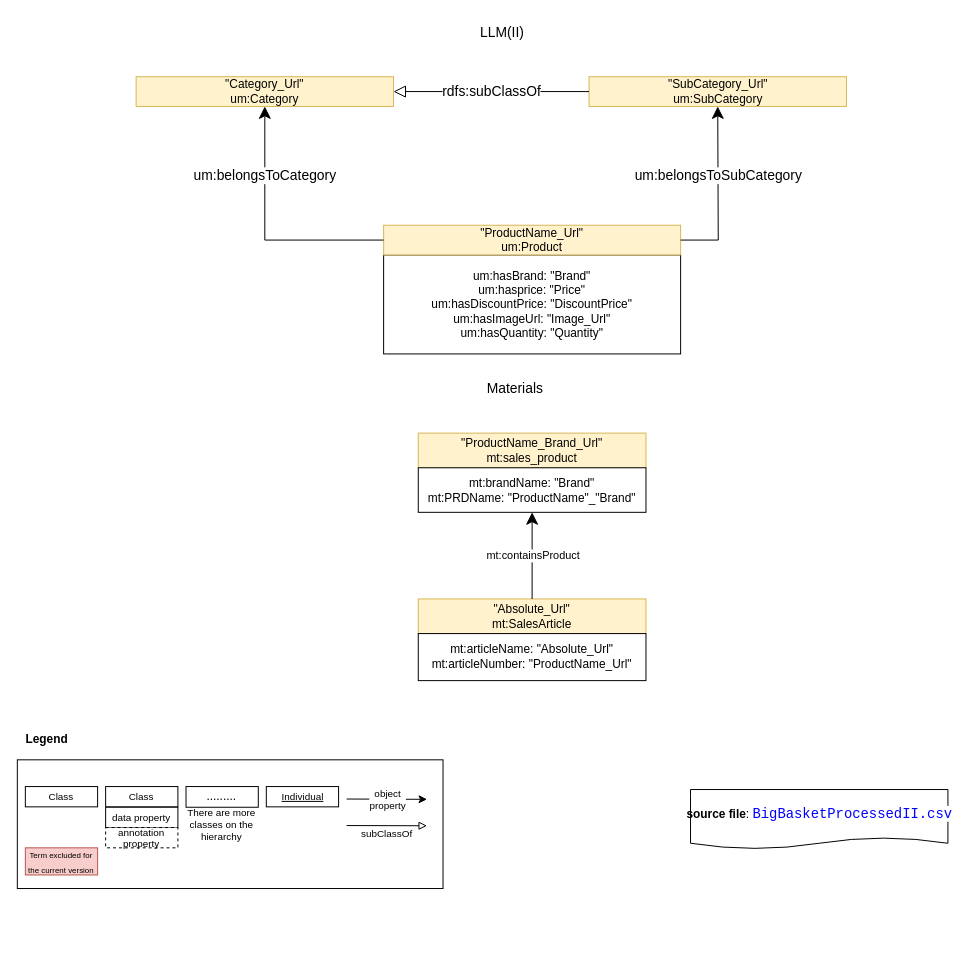
The draw.io diagram page "Materials-LLM" (11 of 11) of BigBasketProducts/Figures/bigBasketProducts.drawio in tecnomod-um/EvaluationGraphAlignmentMethods, before the edit. Source tidied: cells renumbered, new cells numbered last; positions are measured from the earlier drawing's top-left corner, leaving out a move shared by most shapes. Both pictures are drawn from the tidied source at 99%, with x=0, y=0 at pixel (17, 17).
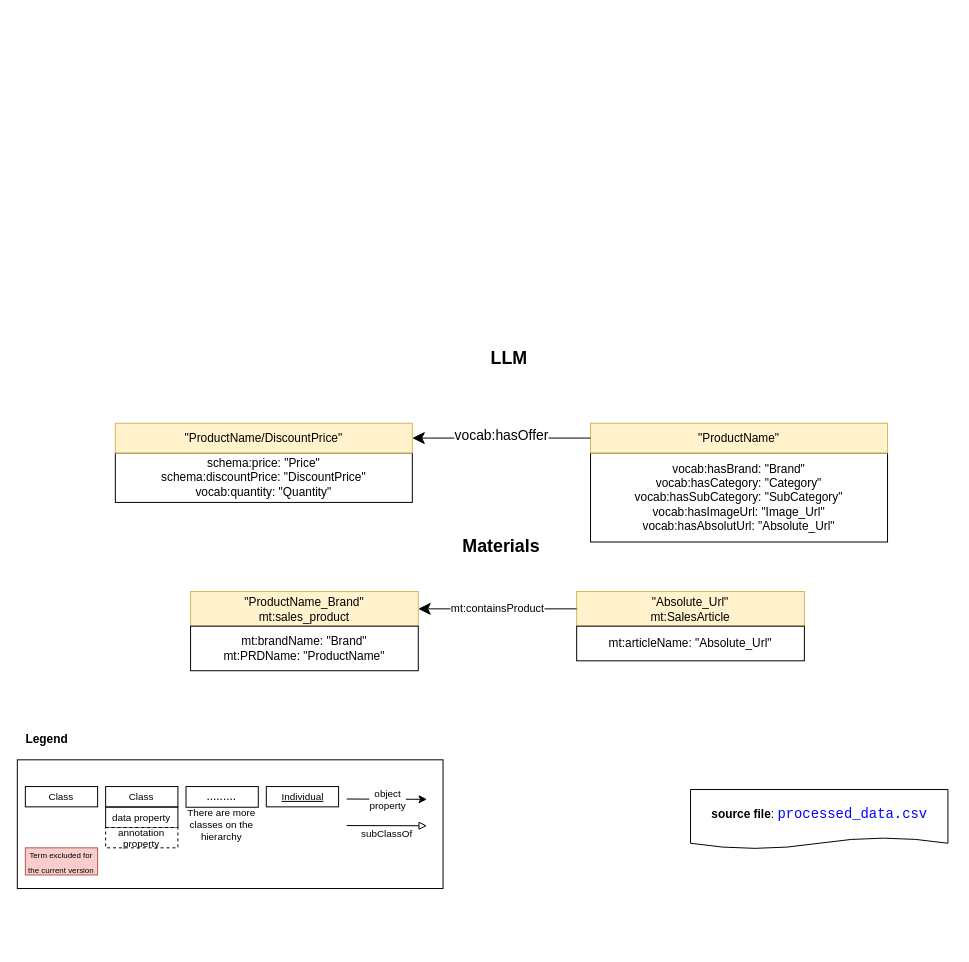
The same diagram, later.

Commit message (it also covers changes not shown here):
Udpate E-Commerce Data readme.md

What changed in the source:
```diff
@@
+    <mxCell id="30" value="vocab:hasBrand: &quot;Brand&quot;&lt;br&gt;vocab:hasCategory: &quot;Category&quot;&lt;br&gt;vocab:hasSubCategory: &quot;SubCategory&quot;&lt;br&gt;vocab:hasImageUrl: &quot;Image_Url&quot;&lt;br&gt;vocab:hasAbsolutUrl: &quot;Absolute_Url&quot;" style="rounded=0;whiteSpace=wrap;html=1;" parent="1" vertex="1">
+      <mxGeometry x="579" y="440" width="300" height="90" as="geometry" />
+    </mxCell>
+    <mxCell id="31" value="&quot;ProductName&quot;" style="rounded=0;whiteSpace=wrap;html=1;labelBackgroundColor=none;fillColor=#fff2cc;strokeColor=#d6b656;noLabel=0;" parent="1" vertex="1">
+      <mxGeometry x="579" y="410" width="300" height="30" as="geometry" />
+    </mxCell>
+    <mxCell id="32" value="&lt;font style=&quot;font-size: 18px;&quot;&gt;&lt;b&gt;LLM&lt;/b&gt;&lt;/font&gt;" style="text;html=1;strokeColor=none;fillColor=none;align=center;verticalAlign=middle;whiteSpace=wrap;rounded=0;dashed=1;fontSize=14;" parent="1" vertex="1">
+      <mxGeometry x="466.9" y="330" width="60" height="30" as="geometry" />
+    </mxCell>
+    <mxCell id="33" value="vocab:hasOffer" style="endArrow=classic;html=1;rounded=0;fontSize=14;exitX=0;exitY=0.5;exitDx=0;exitDy=0;endSize=10;" parent="1" edge="1" source="31" target="35">
+      <mxGeometry y="-2" relative="1" as="geometry">
+        <mxPoint y="-1" as="offset" />
+      </mxGeometry>
+    </mxCell>
+    <mxCell id="34" value="schema:price: &quot;Price&quot;&lt;br&gt;schema:discountPrice: &quot;DiscountPrice&quot;&lt;br&gt;vocab:quantity: &quot;Quantity&quot;" style="rounded=0;whiteSpace=wrap;html=1;" parent="1" vertex="1">
+      <mxGeometry x="99" y="440" width="300" height="50" as="geometry" />
+    </mxCell>
+    <mxCell id="35" value="&quot;ProductName/DiscountPrice&quot;" style="rounded=0;whiteSpace=wrap;html=1;labelBackgroundColor=none;fillColor=#fff2cc;strokeColor=#d6b656;noLabel=0;" parent="1" vertex="1">
+      <mxGeometry x="99" y="410" width="300" height="30" as="geometry" />
+    </mxCell>
-    <mxCell id="15" value="Materials" style="text;html=1;strokeColor=none;fillColor=none;align=center;verticalAlign=middle;whiteSpace=wrap;rounded=0;dashed=1;fontSize=14;" parent="1" vertex="1">
-      <mxGeometry x="472.8" y="360" width="60" height="30" as="geometry" />
+    <mxCell id="15" value="&lt;font style=&quot;font-size: 18px;&quot;&gt;&lt;b&gt;Materials&lt;/b&gt;&lt;/font&gt;" style="text;html=1;strokeColor=none;fillColor=none;align=center;verticalAlign=middle;whiteSpace=wrap;rounded=0;dashed=1;fontSize=14;" parent="1" vertex="1">
+      <mxGeometry x="459" y="520" width="60" height="30" as="geometry" />
     </mxCell>
-    <mxCell id="16" value="um:hasBrand: &quot;Brand&quot;&lt;br&gt;um:hasprice: &quot;Price&quot;&lt;br&gt;um:hasDiscountPrice: &quot;DiscountPrice&quot;&lt;br&gt;um:hasImageUrl: &quot;Image_Url&quot;&lt;br&gt;um:hasQuantity: &quot;Quantity&quot;" style="rounded=0;whiteSpace=wrap;html=1;" parent="1" vertex="1">
-      <mxGeometry x="370" y="240" width="300" height="100" as="geometry" />
-    </mxCell>
-    <mxCell id="17" value="&quot;ProductName_Url&quot;&lt;br&gt;um:Product" style="rounded=0;whiteSpace=wrap;html=1;labelBackgroundColor=none;fillColor=#fff2cc;strokeColor=#d6b656;noLabel=0;" parent="1" vertex="1">
-      <mxGeometry x="370" y="210" width="300" height="30" as="geometry" />
-    </mxCell>
-    <mxCell id="18" value="LLM(II)" style="text;html=1;strokeColor=none;fillColor=none;align=center;verticalAlign=middle;whiteSpace=wrap;rounded=0;dashed=1;fontSize=14;" parent="1" vertex="1">
-      <mxGeometry x="460" width="60" height="30" as="geometry" />
-    </mxCell>
-    <mxCell id="19" value="&quot;Category_Url&quot;&lt;br&gt;um:Category" style="rounded=0;whiteSpace=wrap;html=1;labelBackgroundColor=none;fillColor=#fff2cc;strokeColor=#d6b656;noLabel=0;" parent="1" vertex="1">
-      <mxGeometry x="120" y="60" width="260" height="30" as="geometry" />
-    </mxCell>
-    <mxCell id="20" value="&quot;SubCategory_Url&quot;&lt;br&gt;um:SubCategory" style="rounded=0;whiteSpace=wrap;html=1;labelBackgroundColor=none;fillColor=#fff2cc;strokeColor=#d6b656;noLabel=0;" parent="1" vertex="1">
-      <mxGeometry x="577.5" y="60" width="260" height="30" as="geometry" />
-    </mxCell>
-    <mxCell id="21" value="um:belongsToCategory" style="endArrow=classic;html=1;rounded=0;fontSize=14;entryX=0.5;entryY=1;entryDx=0;entryDy=0;exitX=0;exitY=0.5;exitDx=0;exitDy=0;endSize=10;" parent="1" edge="1" source="17" target="19">
-      <mxGeometry x="0.45" relative="1" as="geometry">
-        <Array as="points">
-          <mxPoint x="250" y="225" />
-        </Array>
-      </mxGeometry>
-    </mxCell>
-    <mxCell id="22" value="um:belongsToSubCategory" style="endArrow=classic;html=1;rounded=0;fontSize=14;entryX=0.5;entryY=1;entryDx=0;entryDy=0;exitX=1;exitY=0.5;exitDx=0;exitDy=0;endSize=10;" parent="1" edge="1" source="17" target="20">
-      <mxGeometry x="0.19" relative="1" as="geometry">
-        <Array as="points">
-          <mxPoint x="708" y="225" />
-        </Array>
-      </mxGeometry>
-    </mxCell>
-    <mxCell id="23" value="rdfs:subClassOf" style="endArrow=block;html=1;rounded=0;fontSize=14;entryX=1;entryY=0.5;entryDx=0;entryDy=0;exitX=0;exitY=0.5;exitDx=0;exitDy=0;endFill=0;strokeWidth=1;endSize=10;" parent="1" edge="1" source="20" target="19">
-      <mxGeometry relative="1" as="geometry" />
-    </mxCell>
-    <mxCell id="24" value="&lt;b style=&quot;font-family: helvetica; text-align: left; background-color: initial;&quot;&gt;source file&lt;/b&gt;&lt;span style=&quot;font-family: helvetica; text-align: left; background-color: initial;&quot;&gt;:&amp;nbsp;&lt;/span&gt;&lt;span style=&quot;color: rgb(0, 0, 255); background-color: rgb(255, 255, 255); font-family: Consolas, &amp;quot;Courier New&amp;quot;, monospace; font-size: 14px;&quot;&gt;BigBasketProcessedII.csv&lt;/span&gt;" style="shape=document;html=1;boundedLbl=1;rounded=0;sketch=0;flipH=0;flipV=0;labelPosition=center;verticalLabelPosition=middle;align=center;verticalAlign=middle;spacingLeft=0;size=0.19093851132686085;labelBackgroundColor=none;" parent="1" vertex="1">
-      <mxGeometry x="680" y="780" width="260" height="60" as="geometry" />
-    </mxCell>
     <mxCell id="25" value="&quot;Absolute_Url&quot;&lt;br&gt;mt:SalesArticle" style="rounded=0;whiteSpace=wrap;html=1;labelBackgroundColor=none;fillColor=#fff2cc;strokeColor=#d6b656;noLabel=0;" parent="1" vertex="1">
-      <mxGeometry x="405" y="587.5" width="230" height="35" as="geometry" />
+      <mxGeometry x="565" y="580" width="230" height="35" as="geometry" />
     </mxCell>
-    <mxCell id="26" value="mt:articleName: &quot;Absolute_Url&quot;&lt;br&gt;mt:articleNumber: &quot;ProductName_Url&quot;" style="rounded=0;whiteSpace=wrap;html=1;" parent="1" vertex="1">
-      <mxGeometry x="405" y="622.5" width="230" height="47.5" as="geometry" />
-    </mxCell>
-    <mxCell id="27" value="&quot;ProductName_Brand_Url&quot;&lt;br&gt;mt:sales_product" style="rounded=0;whiteSpace=wrap;html=1;labelBackgroundColor=none;fillColor=#fff2cc;strokeColor=#d6b656;noLabel=0;" parent="1" vertex="1">
-      <mxGeometry x="405" y="420" width="230" height="35" as="geometry" />
-    </mxCell>
-    <mxCell id="28" value="mt:brandName: &quot;Brand&quot;&lt;br&gt;mt:PRDName: &quot;ProductName&quot;_&quot;Brand&quot;" style="rounded=0;whiteSpace=wrap;html=1;" parent="1" vertex="1">
-      <mxGeometry x="405" y="455" width="230" height="45" as="geometry" />
-    </mxCell>
+    <mxCell id="36" value="mt:articleName: &quot;Absolute_Url&quot;" style="rounded=0;whiteSpace=wrap;html=1;" parent="1" vertex="1">
+      <mxGeometry x="565" y="615" width="230" height="35" as="geometry" />
+    </mxCell>
+    <mxCell id="37" value="&quot;ProductName_Brand&quot;&lt;br&gt;mt:sales_product" style="rounded=0;whiteSpace=wrap;html=1;labelBackgroundColor=none;fillColor=#fff2cc;strokeColor=#d6b656;noLabel=0;" parent="1" vertex="1">
+      <mxGeometry x="175" y="580" width="230" height="35" as="geometry" />
+    </mxCell>
+    <mxCell id="38" value="mt:brandName: &quot;Brand&quot;&lt;br&gt;mt:PRDName: &quot;ProductName&quot;" style="rounded=0;whiteSpace=wrap;html=1;" parent="1" vertex="1">
+      <mxGeometry x="175" y="615" width="230" height="45" as="geometry" />
+    </mxCell>
-    <mxCell id="29" value="mt:containsProduct" style="endArrow=classic;html=1;exitX=0.5;exitY=0;exitDx=0;exitDy=0;entryX=0.5;entryY=1;entryDx=0;entryDy=0;rounded=0;endSize=10;startArrow=none;startFill=0;startSize=7;" parent="1" edge="1" source="25" target="28">
+    <mxCell id="29" value="mt:containsProduct" style="endArrow=classic;html=1;exitX=0;exitY=0.5;exitDx=0;exitDy=0;entryX=1;entryY=0.5;entryDx=0;entryDy=0;rounded=0;endSize=10;startArrow=none;startFill=0;startSize=7;" parent="1" edge="1" source="25" target="37">
       <mxGeometry y="-1" relative="1" as="geometry" />
     </mxCell>
+    <mxCell id="39" value="&lt;b style=&quot;font-family: helvetica; text-align: left; background-color: initial;&quot;&gt;source file&lt;/b&gt;&lt;span style=&quot;font-family: helvetica; text-align: left; background-color: initial;&quot;&gt;: &lt;/span&gt;&lt;span style=&quot;color: rgb(0, 0, 255); background-color: rgb(255, 255, 255); font-family: Consolas, &amp;quot;Courier New&amp;quot;, monospace; font-size: 14px;&quot;&gt;processed_data.csv&lt;/span&gt;" style="shape=document;html=1;boundedLbl=1;rounded=0;sketch=0;flipH=0;flipV=0;labelPosition=center;verticalLabelPosition=middle;align=center;verticalAlign=middle;spacingLeft=0;size=0.19093851132686085;labelBackgroundColor=none;" parent="1" vertex="1">
+      <mxGeometry x="680" y="780" width="260" height="60" as="geometry" />
+    </mxCell>
```
